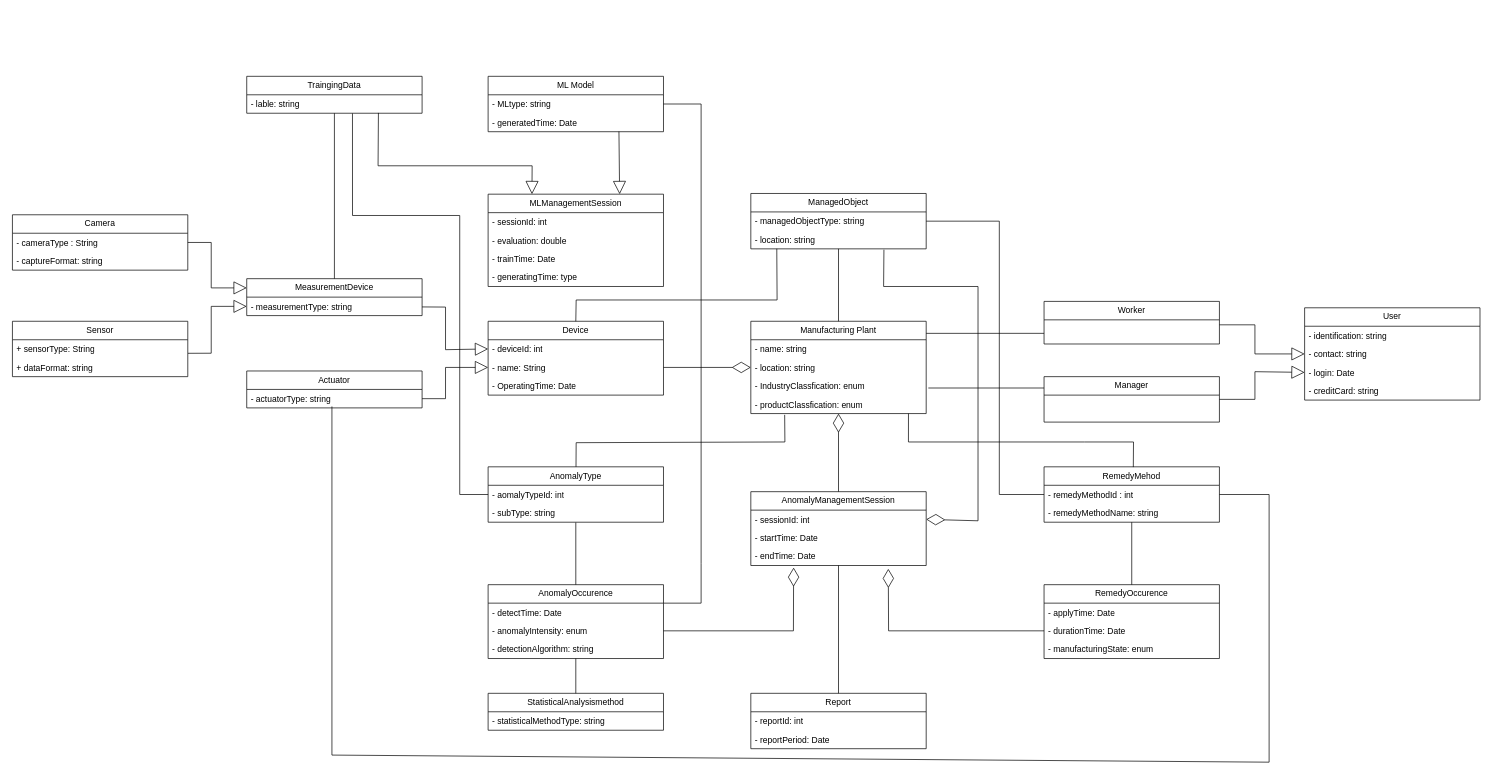
Above: class_diagram_refine.drawio in ShineSoYoung/TEST (draw.io), before the change. Source tidied: cells renumbered, new cells numbered last; positions are measured from the earlier drawing's top-left corner, leaving out a move shared by most shapes. Both pictures are drawn from the tidied source at 71%, with x=0, y=0 at pixel (12, 76).
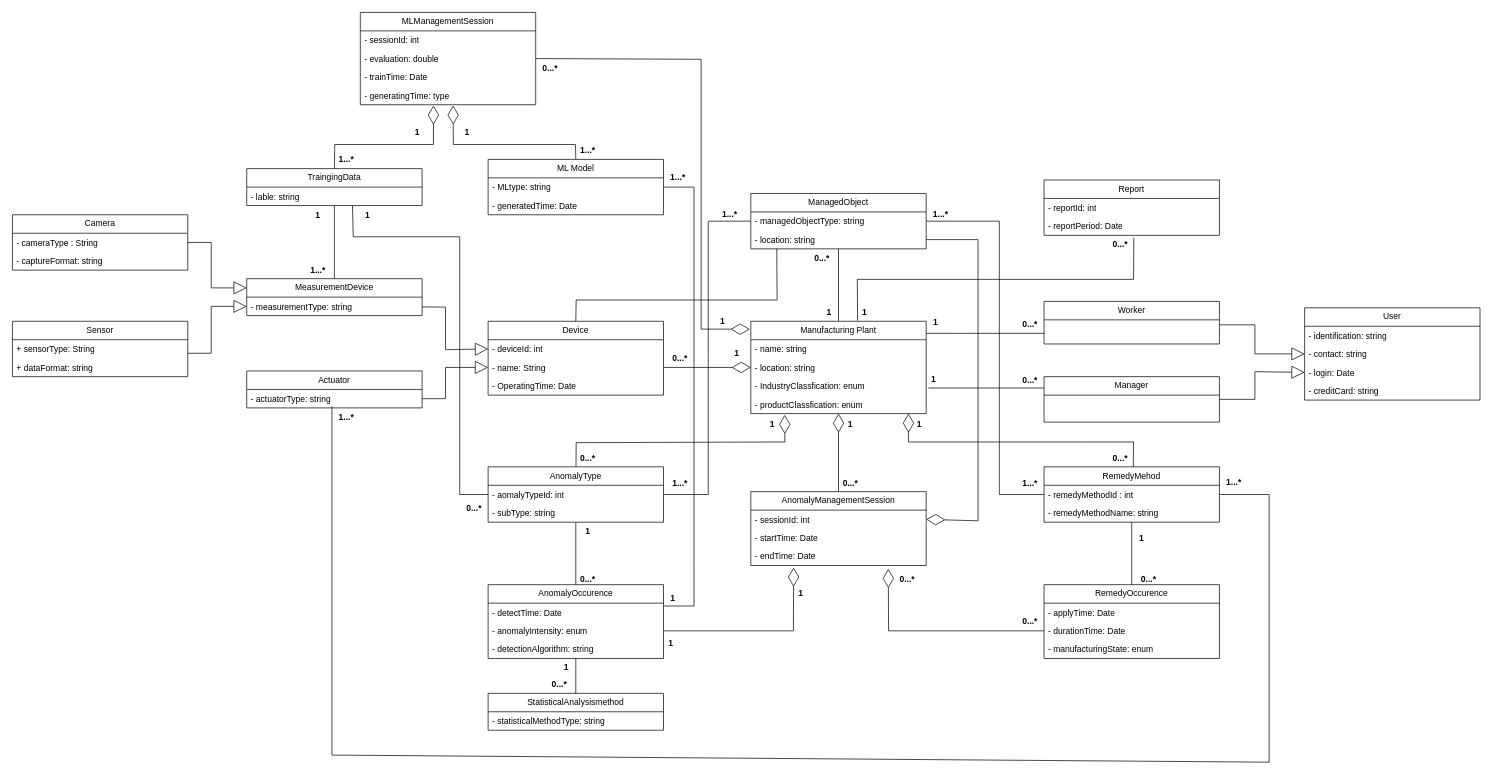
After the change.

The change refers to these unchanged cells:
```xml
<mxCell id="2" value="Manufacturing Plant" style="swimlane;fontStyle=0;horizontal=1;startSize=26;fillColor=none;whiteSpace=wrap;html=1;" parent="1" vertex="1">
  <mxGeometry x="1040" y="345" width="247" height="130" as="geometry" />
</mxCell>
<mxCell id="6" value="- productClassfication: enum" style="text;strokeColor=none;fillColor=none;align=left;verticalAlign=top;spacingLeft=4;spacingRight=4;overflow=hidden;points=[[0,0.5],[1,0.5]];portConstraint=eastwest;whiteSpace=wrap;html=1;" parent="2" vertex="1">
  <mxGeometry y="104" width="247" height="26" as="geometry" />
</mxCell>
<mxCell id="7" value="AnomalyManagementSession" style="swimlane;fontStyle=0;horizontal=1;startSize=26;fillColor=none;whiteSpace=wrap;html=1;" parent="1" vertex="1">
  <mxGeometry x="1040" y="585" width="247" height="104" as="geometry" />
</mxCell>
<mxCell id="8" value="- sessionId: int" style="text;strokeColor=none;fillColor=none;align=left;verticalAlign=top;spacingLeft=4;spacingRight=4;overflow=hidden;points=[[0,0.5],[1,0.5]];portConstraint=eastwest;whiteSpace=wrap;html=1;" parent="7" vertex="1">
  <mxGeometry y="26" width="247" height="26" as="geometry" />
</mxCell>
<mxCell id="25" value="AnomalyType" style="swimlane;fontStyle=0;horizontal=1;startSize=26;fillColor=none;whiteSpace=wrap;html=1;" parent="1" vertex="1">
  <mxGeometry x="670" y="550" width="247" height="78" as="geometry" />
</mxCell>
<mxCell id="26" value="- aomalyTypeId: int" style="text;strokeColor=none;fillColor=none;align=left;verticalAlign=top;spacingLeft=4;spacingRight=4;overflow=hidden;points=[[0,0.5],[1,0.5]];portConstraint=eastwest;whiteSpace=wrap;html=1;" parent="25" vertex="1">
  <mxGeometry y="26" width="247" height="26" as="geometry" />
</mxCell>
<mxCell id="28" value="AnomalyOccurence" style="swimlane;fontStyle=0;horizontal=1;startSize=26;fillColor=none;whiteSpace=wrap;html=1;" parent="1" vertex="1">
  <mxGeometry x="670" y="716" width="247" height="104" as="geometry" />
</mxCell>
<mxCell id="36" value="RemedyMehod" style="swimlane;fontStyle=0;horizontal=1;startSize=26;fillColor=none;whiteSpace=wrap;html=1;" parent="1" vertex="1">
  <mxGeometry x="1453" y="550" width="247" height="78" as="geometry" />
</mxCell>
<mxCell id="47" value="- managedObjectType: string" style="text;strokeColor=none;fillColor=none;align=left;verticalAlign=top;spacingLeft=4;spacingRight=4;overflow=hidden;points=[[0,0.5],[1,0.5]];portConstraint=eastwest;whiteSpace=wrap;html=1;" parent="46" vertex="1">
  <mxGeometry y="26" width="247" height="26" as="geometry" />
</mxCell>
<mxCell id="48" value="- location: string" style="text;strokeColor=none;fillColor=none;align=left;verticalAlign=top;spacingLeft=4;spacingRight=4;overflow=hidden;points=[[0,0.5],[1,0.5]];portConstraint=eastwest;whiteSpace=wrap;html=1;" parent="46" vertex="1">
  <mxGeometry y="52" width="247" height="26" as="geometry" />
</mxCell>
<mxCell id="51" value="- evaluation: double" style="text;strokeColor=none;fillColor=none;align=left;verticalAlign=top;spacingLeft=4;spacingRight=4;overflow=hidden;points=[[0,0.5],[1,0.5]];portConstraint=eastwest;whiteSpace=wrap;html=1;" parent="49" vertex="1">
  <mxGeometry y="52" width="247" height="26" as="geometry" />
</mxCell>
<mxCell id="53" value="- generatingTime: type" style="text;strokeColor=none;fillColor=none;align=left;verticalAlign=top;spacingLeft=4;spacingRight=4;overflow=hidden;points=[[0,0.5],[1,0.5]];portConstraint=eastwest;whiteSpace=wrap;html=1;" parent="49" vertex="1">
  <mxGeometry y="104" width="247" height="26" as="geometry" />
</mxCell>
<mxCell id="55" value="- MLtype: string" style="text;strokeColor=none;fillColor=none;align=left;verticalAlign=top;spacingLeft=4;spacingRight=4;overflow=hidden;points=[[0,0.5],[1,0.5]];portConstraint=eastwest;whiteSpace=wrap;html=1;" parent="54" vertex="1">
  <mxGeometry y="26" width="247" height="26" as="geometry" />
</mxCell>
<mxCell id="56" value="- generatedTime: Date" style="text;strokeColor=none;fillColor=none;align=left;verticalAlign=top;spacingLeft=4;spacingRight=4;overflow=hidden;points=[[0,0.5],[1,0.5]];portConstraint=eastwest;whiteSpace=wrap;html=1;" parent="54" vertex="1">
  <mxGeometry y="52" width="247" height="26" as="geometry" />
</mxCell>
<mxCell id="60" value="- lable: string" style="text;strokeColor=none;fillColor=none;align=left;verticalAlign=top;spacingLeft=4;spacingRight=4;overflow=hidden;points=[[0,0.5],[1,0.5]];portConstraint=eastwest;whiteSpace=wrap;html=1;" parent="59" vertex="1">
  <mxGeometry y="26" width="247" height="26" as="geometry" />
</mxCell>
<mxCell id="86" value="- reportPeriod: Date" style="text;strokeColor=none;fillColor=none;align=left;verticalAlign=top;spacingLeft=4;spacingRight=4;overflow=hidden;points=[[0,0.5],[1,0.5]];portConstraint=eastwest;whiteSpace=wrap;html=1;" parent="84" vertex="1">
  <mxGeometry y="52" width="247" height="26" as="geometry" />
</mxCell>
```

What changed in the source:
```diff
@@
     <mxCell id="49" value="MLManagementSession" style="swimlane;fontStyle=0;horizontal=1;startSize=26;fillColor=none;whiteSpace=wrap;html=1;" parent="1" vertex="1">
-      <mxGeometry x="670" y="166" width="247" height="130" as="geometry" />
+      <mxGeometry x="490" y="-90" width="247" height="130" as="geometry" />
     </mxCell>
@@
     <mxCell id="54" value="ML Model" style="swimlane;fontStyle=0;horizontal=1;startSize=26;fillColor=none;whiteSpace=wrap;html=1;" parent="1" vertex="1">
-      <mxGeometry x="670" width="247" height="78" as="geometry" />
+      <mxGeometry x="670" y="117" width="247" height="78" as="geometry" />
     </mxCell>
@@
     <mxCell id="59" value="TraingingData" style="swimlane;fontStyle=0;horizontal=1;startSize=26;fillColor=none;whiteSpace=wrap;html=1;" parent="1" vertex="1">
-      <mxGeometry x="330" width="247" height="52" as="geometry" />
+      <mxGeometry x="330" y="130" width="247" height="52" as="geometry" />
     </mxCell>
@@
-    <mxCell id="65" style="endArrow=diamondThin;endFill=0;endSize=24;html=1;rounded=0;entryX=1;entryY=0.5;entryDx=0;entryDy=0;exitX=0.759;exitY=1.046;exitDx=0;exitDy=0;exitPerimeter=0;" parent="1" edge="1" source="48" target="8">
+    <mxCell id="65" style="endArrow=diamondThin;endFill=0;endSize=24;html=1;rounded=0;entryX=1;entryY=0.5;entryDx=0;entryDy=0;exitX=1;exitY=0.5;exitDx=0;exitDy=0;" parent="1" edge="1" source="48" target="8">
       <mxGeometry relative="1" as="geometry">
         <Array as="points">
-          <mxPoint x="1227" y="296" />
+          <mxPoint x="1360" y="230" />
           <mxPoint x="1360" y="296" />
           <mxPoint x="1360" y="626" />
         </Array>
       </mxGeometry>
     </mxCell>
@@
-    <mxCell id="73" style="endArrow=block;endSize=16;endFill=0;html=1;rounded=0;entryX=0.25;entryY=0;entryDx=0;entryDy=0;exitX=0.751;exitY=0.981;exitDx=0;exitDy=0;exitPerimeter=0;" parent="1" edge="1" source="60" target="49">
+    <mxCell id="73" style="endArrow=diamondThin;endSize=24;endFill=0;html=1;rounded=0;exitX=0.5;exitY=0;exitDx=0;exitDy=0;entryX=0.417;entryY=1.048;entryDx=0;entryDy=0;entryPerimeter=0;" parent="1" edge="1" source="59" target="53">
       <mxGeometry relative="1" as="geometry">
         <Array as="points">
-          <mxPoint x="515" y="126" />
-          <mxPoint x="732" y="126" />
+          <mxPoint x="454" y="96" />
+          <mxPoint x="593" y="96" />
         </Array>
       </mxGeometry>
     </mxCell>
-    <mxCell id="74" style="endArrow=block;endSize=16;endFill=0;html=1;rounded=0;entryX=0.75;entryY=0;entryDx=0;entryDy=0;exitX=0.746;exitY=0.991;exitDx=0;exitDy=0;exitPerimeter=0;" parent="1" edge="1" source="56" target="49">
+    <mxCell id="74" style="endArrow=diamondThin;endSize=24;endFill=0;html=1;rounded=0;entryX=0.529;entryY=1.038;entryDx=0;entryDy=0;entryPerimeter=0;exitX=0.5;exitY=0;exitDx=0;exitDy=0;" parent="1" edge="1" source="54" target="53">
       <mxGeometry relative="1" as="geometry">
         <Array as="points">
-          <mxPoint x="855" y="146" />
+          <mxPoint x="793" y="96" />
+          <mxPoint x="621" y="96" />
         </Array>
       </mxGeometry>
     </mxCell>
@@
-    <mxCell id="76" style="endArrow=none;endFill=0;endSize=12;html=1;rounded=0;entryX=0.899;entryY=1;entryDx=0;entryDy=0;entryPerimeter=0;exitX=0.509;exitY=0.005;exitDx=0;exitDy=0;exitPerimeter=0;" parent="1" edge="1" source="36" target="6">
+    <mxCell id="76" style="endArrow=diamondThin;endFill=0;endSize=24;html=1;rounded=0;entryX=0.899;entryY=1;entryDx=0;entryDy=0;entryPerimeter=0;exitX=0.509;exitY=0.005;exitDx=0;exitDy=0;exitPerimeter=0;startArrow=none;startFill=0;" parent="1" edge="1" source="36" target="6">
       <mxGeometry relative="1" as="geometry">
         <Array as="points">
           <mxPoint x="1579" y="515" />
           <mxPoint x="1510" y="515" />
           <mxPoint x="1262" y="515" />
         </Array>
       </mxGeometry>
     </mxCell>
-    <mxCell id="77" style="endArrow=none;endFill=0;endSize=12;html=1;rounded=0;entryX=0.193;entryY=1.068;entryDx=0;entryDy=0;entryPerimeter=0;" parent="1" edge="1" source="25" target="6">
+    <mxCell id="77" style="endArrow=diamondThin;endFill=0;endSize=24;html=1;rounded=0;entryX=0.193;entryY=1.068;entryDx=0;entryDy=0;entryPerimeter=0;" parent="1" edge="1" source="25" target="6">
       <mxGeometry relative="1" as="geometry">
         <Array as="points">
           <mxPoint x="794" y="516" />
           <mxPoint x="1088" y="515" />
         </Array>
       </mxGeometry>
     </mxCell>
@@
-    <mxCell id="82" style="endArrow=none;endFill=0;endSize=12;html=1;rounded=0;exitX=1;exitY=0.25;exitDx=0;exitDy=0;entryX=1;entryY=0.5;entryDx=0;entryDy=0;" parent="1" edge="1" source="28" target="55">
+    <mxCell id="82" style="endArrow=none;endFill=0;endSize=12;html=1;rounded=0;entryX=1;entryY=0.5;entryDx=0;entryDy=0;" parent="1" edge="1" target="55">
       <mxGeometry relative="1" as="geometry">
+        <mxPoint x="917" y="746" as="sourcePoint" />
         <Array as="points">
-          <mxPoint x="970" y="742" />
-          <mxPoint x="970" y="686" />
-          <mxPoint x="970" y="39" />
+          <mxPoint x="960" y="746" />
+          <mxPoint x="960" y="686" />
+          <mxPoint x="960" y="156" />
         </Array>
       </mxGeometry>
     </mxCell>
@@
     <mxCell id="84" value="Report" style="swimlane;fontStyle=0;horizontal=1;startSize=26;fillColor=none;whiteSpace=wrap;html=1;" parent="1" vertex="1">
-      <mxGeometry x="1040" y="869" width="247" height="78" as="geometry" />
+      <mxGeometry x="1453" y="146" width="247" height="78" as="geometry" />
     </mxCell>
@@
-    <mxCell id="87" style="endArrow=none;endFill=0;endSize=12;html=1;rounded=0;exitX=0.5;exitY=0;exitDx=0;exitDy=0;entryX=0.5;entryY=1;entryDx=0;entryDy=0;" parent="1" edge="1" source="84" target="7">
-      <mxGeometry relative="1" as="geometry" />
+    <mxCell id="87" style="endArrow=none;endFill=0;endSize=12;html=1;rounded=0;exitX=0.512;exitY=1.115;exitDx=0;exitDy=0;entryX=0.609;entryY=-0.008;entryDx=0;entryDy=0;exitPerimeter=0;entryPerimeter=0;" parent="1" edge="1" source="86" target="2">
+      <mxGeometry relative="1" as="geometry">
+        <Array as="points">
+          <mxPoint x="1579" y="286" />
+          <mxPoint x="1380" y="286" />
+          <mxPoint x="1190" y="286" />
+        </Array>
+      </mxGeometry>
     </mxCell>
@@
     <mxCell id="90" style="endArrow=none;endFill=0;endSize=12;html=1;rounded=0;exitX=0;exitY=0.5;exitDx=0;exitDy=0;entryX=0.603;entryY=1.011;entryDx=0;entryDy=0;entryPerimeter=0;" parent="1" edge="1" source="26" target="60">
       <mxGeometry relative="1" as="geometry">
         <Array as="points">
           <mxPoint x="630" y="589" />
-          <mxPoint x="630" y="196" />
-          <mxPoint x="479" y="196" />
+          <mxPoint x="630" y="226" />
+          <mxPoint x="550" y="226" />
+          <mxPoint x="480" y="226" />
         </Array>
       </mxGeometry>
     </mxCell>
@@
+    <mxCell id="92" style="endArrow=none;endFill=0;endSize=12;html=1;rounded=0;entryX=0;entryY=0.5;entryDx=0;entryDy=0;exitX=1;exitY=0.5;exitDx=0;exitDy=0;" parent="1" edge="1" source="26" target="47">
+      <mxGeometry relative="1" as="geometry">
+        <Array as="points">
+          <mxPoint x="980" y="589" />
+          <mxPoint x="980" y="396" />
+          <mxPoint x="980" y="204" />
+        </Array>
+      </mxGeometry>
+    </mxCell>
+    <mxCell id="93" value="0...*" style="text;align=center;fontStyle=1;verticalAlign=middle;spacingLeft=3;spacingRight=3;html=1;" parent="1" vertex="1">
+      <mxGeometry x="1160" y="560" width="40" height="25" as="geometry" />
+    </mxCell>
+    <mxCell id="94" value="1" style="text;align=center;fontStyle=1;verticalAlign=middle;spacingLeft=3;spacingRight=3;html=1;" parent="1" vertex="1">
+      <mxGeometry x="1170" y="475" width="20" height="29" as="geometry" />
+    </mxCell>
+    <mxCell id="95" value="1" style="text;align=center;fontStyle=1;verticalAlign=middle;spacingLeft=3;spacingRight=3;html=1;" parent="1" vertex="1">
+      <mxGeometry x="1100" y="716" width="20" height="26" as="geometry" />
+    </mxCell>
+    <mxCell id="96" value="1" style="text;align=center;fontStyle=1;verticalAlign=middle;spacingLeft=3;spacingRight=3;html=1;" parent="1" vertex="1">
+      <mxGeometry x="917" y="786" width="20" height="26" as="geometry" />
+    </mxCell>
+    <mxCell id="97" value="0...*" style="text;align=center;fontStyle=1;verticalAlign=middle;spacingLeft=3;spacingRight=3;html=1;" parent="1" vertex="1">
+      <mxGeometry x="790" y="696" width="40" height="26" as="geometry" />
+    </mxCell>
+    <mxCell id="98" value="1" style="text;align=center;fontStyle=1;verticalAlign=middle;spacingLeft=3;spacingRight=3;html=1;" parent="1" vertex="1">
+      <mxGeometry x="800" y="628" width="20" height="26" as="geometry" />
+    </mxCell>
+    <mxCell id="99" value="1" style="text;align=center;fontStyle=1;verticalAlign=middle;spacingLeft=3;spacingRight=3;html=1;" parent="1" vertex="1">
+      <mxGeometry x="770" y="820" width="20" height="26" as="geometry" />
+    </mxCell>
+    <mxCell id="100" value="0...*" style="text;align=center;fontStyle=1;verticalAlign=middle;spacingLeft=3;spacingRight=3;html=1;" parent="1" vertex="1">
+      <mxGeometry x="750" y="843" width="40" height="26" as="geometry" />
+    </mxCell>
+    <mxCell id="101" value="1" style="text;align=center;fontStyle=1;verticalAlign=middle;spacingLeft=3;spacingRight=3;html=1;" parent="1" vertex="1">
+      <mxGeometry x="920" y="722" width="20" height="26" as="geometry" />
+    </mxCell>
+    <mxCell id="102" value="1...*" style="text;align=center;fontStyle=1;verticalAlign=middle;spacingLeft=3;spacingRight=3;html=1;" parent="1" vertex="1">
+      <mxGeometry x="917" y="130" width="40" height="26" as="geometry" />
+    </mxCell>
+    <mxCell id="103" value="1...*" style="text;align=center;fontStyle=1;verticalAlign=middle;spacingLeft=3;spacingRight=3;html=1;" parent="1" vertex="1">
+      <mxGeometry x="450" y="468" width="40" height="26" as="geometry" />
+    </mxCell>
+    <mxCell id="104" value="1...*" style="text;align=center;fontStyle=1;verticalAlign=middle;spacingLeft=3;spacingRight=3;html=1;" parent="1" vertex="1">
+      <mxGeometry x="1700" y="559" width="40" height="26" as="geometry" />
+    </mxCell>
+    <mxCell id="105" value="0...*" style="text;align=center;fontStyle=1;verticalAlign=middle;spacingLeft=3;spacingRight=3;html=1;" parent="1" vertex="1">
+      <mxGeometry x="790" y="525" width="40" height="25" as="geometry" />
+    </mxCell>
+    <mxCell id="106" value="0...*" style="text;align=center;fontStyle=1;verticalAlign=middle;spacingLeft=3;spacingRight=3;html=1;" parent="1" vertex="1">
+      <mxGeometry x="920" y="384" width="40" height="26" as="geometry" />
+    </mxCell>
+    <mxCell id="107" value="0...*" style="text;align=center;fontStyle=1;verticalAlign=middle;spacingLeft=3;spacingRight=3;html=1;" parent="1" vertex="1">
+      <mxGeometry x="1120" y="243" width="40" height="26" as="geometry" />
+    </mxCell>
+    <mxCell id="108" value="0...*" style="text;align=center;fontStyle=1;verticalAlign=middle;spacingLeft=3;spacingRight=3;html=1;" parent="1" vertex="1">
+      <mxGeometry x="1413" y="337" width="40" height="26" as="geometry" />
+    </mxCell>
+    <mxCell id="109" value="0...*" style="text;align=center;fontStyle=1;verticalAlign=middle;spacingLeft=3;spacingRight=3;html=1;" parent="1" vertex="1">
+      <mxGeometry x="1413" y="415" width="40" height="26" as="geometry" />
+    </mxCell>
+    <mxCell id="110" value="0...*" style="text;align=center;fontStyle=1;verticalAlign=middle;spacingLeft=3;spacingRight=3;html=1;" parent="1" vertex="1">
+      <mxGeometry x="1540" y="525" width="40" height="26" as="geometry" />
+    </mxCell>
+    <mxCell id="111" value="1" style="text;align=center;fontStyle=1;verticalAlign=middle;spacingLeft=3;spacingRight=3;html=1;" parent="1" vertex="1">
+      <mxGeometry x="1060" y="475" width="20" height="29" as="geometry" />
+    </mxCell>
+    <mxCell id="112" value="1" style="text;align=center;fontStyle=1;verticalAlign=middle;spacingLeft=3;spacingRight=3;html=1;" parent="1" vertex="1">
+      <mxGeometry x="1010" y="376.5" width="20" height="29" as="geometry" />
+    </mxCell>
+    <mxCell id="113" value="1" style="text;align=center;fontStyle=1;verticalAlign=middle;spacingLeft=3;spacingRight=3;html=1;" parent="1" vertex="1">
+      <mxGeometry x="1140" y="317" width="20" height="29" as="geometry" />
+    </mxCell>
+    <mxCell id="114" value="1" style="text;align=center;fontStyle=1;verticalAlign=middle;spacingLeft=3;spacingRight=3;html=1;" parent="1" vertex="1">
+      <mxGeometry x="1190" y="317" width="20" height="29" as="geometry" />
+    </mxCell>
+    <mxCell id="115" value="1" style="text;align=center;fontStyle=1;verticalAlign=middle;spacingLeft=3;spacingRight=3;html=1;" parent="1" vertex="1">
+      <mxGeometry x="1290" y="332.5" width="20" height="29" as="geometry" />
+    </mxCell>
+    <mxCell id="116" value="1" style="text;align=center;fontStyle=1;verticalAlign=middle;spacingLeft=3;spacingRight=3;html=1;" parent="1" vertex="1">
+      <mxGeometry x="1287" y="412" width="20" height="29" as="geometry" />
+    </mxCell>
+    <mxCell id="117" value="1" style="text;align=center;fontStyle=1;verticalAlign=middle;spacingLeft=3;spacingRight=3;html=1;" parent="1" vertex="1">
+      <mxGeometry x="1267" y="475" width="20" height="29" as="geometry" />
+    </mxCell>
+    <mxCell id="118" value="0...*" style="text;align=center;fontStyle=1;verticalAlign=middle;spacingLeft=3;spacingRight=3;html=1;" parent="1" vertex="1">
+      <mxGeometry x="1540" y="224" width="40" height="26" as="geometry" />
+    </mxCell>
+    <mxCell id="119" value="1...*" style="text;align=center;fontStyle=1;verticalAlign=middle;spacingLeft=3;spacingRight=3;html=1;" parent="1" vertex="1">
+      <mxGeometry x="1287" y="182" width="40" height="26" as="geometry" />
+    </mxCell>
+    <mxCell id="120" value="1...*" style="text;align=center;fontStyle=1;verticalAlign=middle;spacingLeft=3;spacingRight=3;html=1;" parent="1" vertex="1">
+      <mxGeometry x="1413" y="560" width="40" height="26" as="geometry" />
+    </mxCell>
+    <mxCell id="121" value="1...*" style="text;align=center;fontStyle=1;verticalAlign=middle;spacingLeft=3;spacingRight=3;html=1;" parent="1" vertex="1">
+      <mxGeometry x="990" y="182" width="40" height="26" as="geometry" />
+    </mxCell>
+    <mxCell id="122" value="1...*" style="text;align=center;fontStyle=1;verticalAlign=middle;spacingLeft=3;spacingRight=3;html=1;" parent="1" vertex="1">
+      <mxGeometry x="920" y="560" width="40" height="26" as="geometry" />
+    </mxCell>
+    <mxCell id="123" value="0...*" style="text;align=center;fontStyle=1;verticalAlign=middle;spacingLeft=3;spacingRight=3;html=1;" parent="1" vertex="1">
+      <mxGeometry x="1580" y="696" width="40" height="26" as="geometry" />
+    </mxCell>
+    <mxCell id="124" value="1" style="text;align=center;fontStyle=1;verticalAlign=middle;spacingLeft=3;spacingRight=3;html=1;" parent="1" vertex="1">
+      <mxGeometry x="1580" y="638" width="20" height="26" as="geometry" />
+    </mxCell>
+    <mxCell id="125" value="0...*" style="text;align=center;fontStyle=1;verticalAlign=middle;spacingLeft=3;spacingRight=3;html=1;" parent="1" vertex="1">
+      <mxGeometry x="1413" y="755" width="40" height="26" as="geometry" />
+    </mxCell>
+    <mxCell id="126" value="0...*" style="text;align=center;fontStyle=1;verticalAlign=middle;spacingLeft=3;spacingRight=3;html=1;" parent="1" vertex="1">
+      <mxGeometry x="1240" y="696" width="40" height="26" as="geometry" />
+    </mxCell>
+    <mxCell id="127" value="1" style="text;align=center;fontStyle=1;verticalAlign=middle;spacingLeft=3;spacingRight=3;html=1;" parent="1" vertex="1">
+      <mxGeometry x="410" y="183" width="40" height="25" as="geometry" />
+    </mxCell>
+    <mxCell id="128" value="1...*" style="text;align=center;fontStyle=1;verticalAlign=middle;spacingLeft=3;spacingRight=3;html=1;" parent="1" vertex="1">
+      <mxGeometry x="410" y="260" width="40" height="25" as="geometry" />
+    </mxCell>
+    <mxCell id="129" value="1" style="text;align=center;fontStyle=1;verticalAlign=middle;spacingLeft=3;spacingRight=3;html=1;" parent="1" vertex="1">
+      <mxGeometry x="480" y="183" width="40" height="25" as="geometry" />
+    </mxCell>
+    <mxCell id="130" value="0...*" style="text;align=center;fontStyle=1;verticalAlign=middle;spacingLeft=3;spacingRight=3;html=1;" parent="1" vertex="1">
+      <mxGeometry x="630" y="596" width="40" height="25" as="geometry" />
+    </mxCell>
+    <mxCell id="131" value="1" style="text;align=center;fontStyle=1;verticalAlign=middle;spacingLeft=3;spacingRight=3;html=1;" parent="1" vertex="1">
+      <mxGeometry x="620" y="66" width="40" height="25" as="geometry" />
+    </mxCell>
+    <mxCell id="132" value="1" style="text;align=center;fontStyle=1;verticalAlign=middle;spacingLeft=3;spacingRight=3;html=1;" parent="1" vertex="1">
+      <mxGeometry x="550" y="66" width="40" height="25" as="geometry" />
+    </mxCell>
+    <mxCell id="133" value="1...*" style="text;align=center;fontStyle=1;verticalAlign=middle;spacingLeft=3;spacingRight=3;html=1;" parent="1" vertex="1">
+      <mxGeometry x="790" y="91" width="40" height="26" as="geometry" />
+    </mxCell>
+    <mxCell id="134" value="1...*" style="text;align=center;fontStyle=1;verticalAlign=middle;spacingLeft=3;spacingRight=3;html=1;" parent="1" vertex="1">
+      <mxGeometry x="450" y="104" width="40" height="26" as="geometry" />
+    </mxCell>
+    <mxCell id="135" style="endArrow=diamondThin;endFill=0;endSize=24;html=1;rounded=0;exitX=1;exitY=0.5;exitDx=0;exitDy=0;entryX=-0.006;entryY=0.086;entryDx=0;entryDy=0;entryPerimeter=0;" parent="1" edge="1" source="51" target="2">
+      <mxGeometry relative="1" as="geometry">
+        <Array as="points">
+          <mxPoint x="970" y="-24" />
+          <mxPoint x="970" y="356" />
+        </Array>
+      </mxGeometry>
+    </mxCell>
+    <mxCell id="136" value="1" style="text;align=center;fontStyle=1;verticalAlign=middle;spacingLeft=3;spacingRight=3;html=1;" parent="1" vertex="1">
+      <mxGeometry x="980" y="332.5" width="40" height="25" as="geometry" />
+    </mxCell>
+    <mxCell id="137" value="0...*" style="text;align=center;fontStyle=1;verticalAlign=middle;spacingLeft=3;spacingRight=3;html=1;" parent="1" vertex="1">
+      <mxGeometry x="737" y="-24" width="40" height="26" as="geometry" />
+    </mxCell>
```
